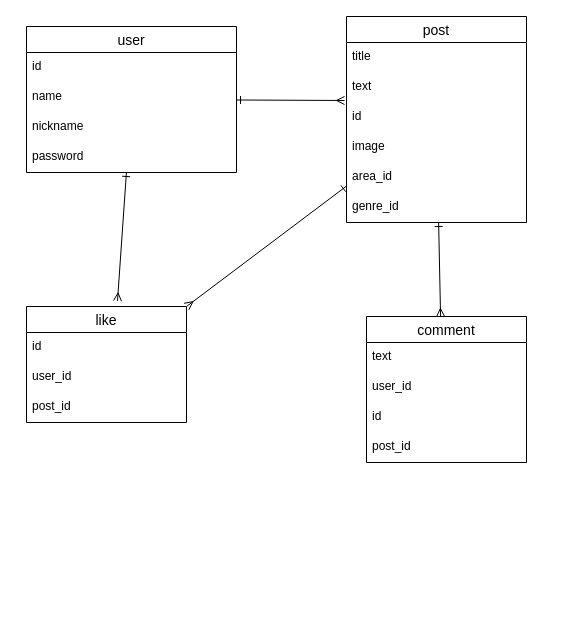
Earlier version of the draw.io diagram config/text.dio (Aya0601/travel_app). Source tidied: cells renumbered, new cells numbered last; positions are measured from the earlier drawing's top-left corner, leaving out a move shared by most shapes. Both pictures are drawn from the tidied source at 100%, with x=0, y=0 at pixel (26, 16).
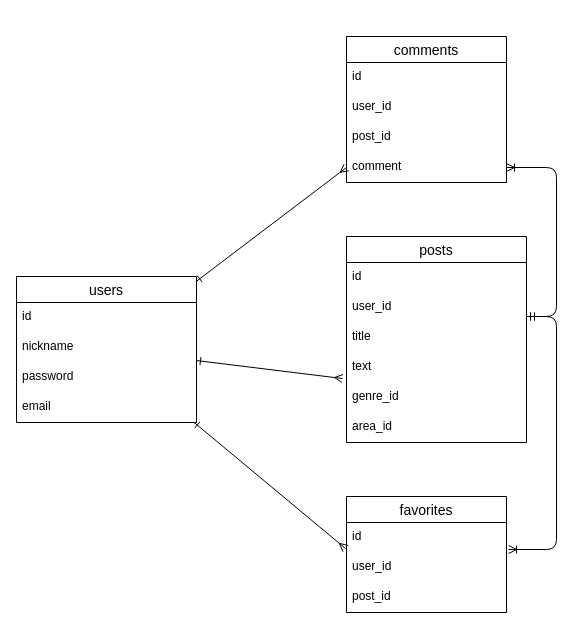
After the change.

The change refers to these unchanged cells:
```xml
<mxCell id="25" value="user_id" style="text;strokeColor=none;fillColor=none;spacingLeft=4;spacingRight=4;overflow=hidden;points=[[0,0.5],[1,0.5]];portConstraint=eastwest;fontSize=12;" parent="23" vertex="1">
  <mxGeometry y="56" width="160" height="30" as="geometry" />
</mxCell>
```

Change to the diagram source:
```diff
@@
+    <mxCell id="27" style="edgeStyle=none;html=1;entryX=-0.006;entryY=-0.133;entryDx=0;entryDy=0;entryPerimeter=0;startArrow=ERone;startFill=0;endArrow=ERmany;endFill=0;" parent="1" edge="1" source="4" target="25">
+      <mxGeometry relative="1" as="geometry" />
+    </mxCell>
+    <mxCell id="28" style="edgeStyle=none;html=1;entryX=0;entryY=0.5;entryDx=0;entryDy=0;startArrow=ERone;startFill=0;endArrow=ERmany;endFill=0;" parent="1" edge="1" source="4" target="19">
+      <mxGeometry relative="1" as="geometry" />
+    </mxCell>
-    <mxCell id="2" style="edgeStyle=none;html=1;entryX=-0.011;entryY=0.933;entryDx=0;entryDy=0;entryPerimeter=0;startArrow=ERone;startFill=0;endArrow=ERmany;endFill=0;" parent="1" edge="1" source="4" target="12">
+    <mxCell id="2" style="edgeStyle=none;html=1;entryX=-0.022;entryY=0.867;entryDx=0;entryDy=0;entryPerimeter=0;startArrow=ERone;startFill=0;endArrow=ERmany;endFill=0;" parent="1" edge="1" source="4" target="12">
       <mxGeometry relative="1" as="geometry" />
     </mxCell>
-    <mxCell id="3" style="edgeStyle=none;html=1;entryX=0.655;entryY=-0.047;entryDx=0;entryDy=0;entryPerimeter=0;startArrow=ERone;startFill=0;endArrow=ERmany;endFill=0;" parent="1" edge="1" source="4">
-      <mxGeometry relative="1" as="geometry">
-        <mxPoint x="91" y="284.4" as="targetPoint" />
-      </mxGeometry>
-    </mxCell>
-    <mxCell id="4" value="user" style="swimlane;fontStyle=0;horizontal=1;startSize=26;align=center;fontSize=14;" parent="1" vertex="1">
-      <mxGeometry y="10" width="210" height="146" as="geometry" />
+    <mxCell id="4" value="users" style="swimlane;fontStyle=0;horizontal=1;startSize=26;align=center;fontSize=14;" parent="1" vertex="1">
+      <mxGeometry x="-10" y="260" width="180" height="146" as="geometry" />
     </mxCell>
     <mxCell id="5" value="id" style="text;strokeColor=none;fillColor=none;spacingLeft=4;spacingRight=4;overflow=hidden;fontSize=12;" parent="4" vertex="1">
-      <mxGeometry y="26" width="210" height="30" as="geometry" />
+      <mxGeometry y="26" width="180" height="30" as="geometry" />
     </mxCell>
-    <mxCell id="6" value="name" style="text;strokeColor=none;fillColor=none;spacingLeft=4;spacingRight=4;overflow=hidden;fontSize=12;" parent="4" vertex="1">
-      <mxGeometry y="56" width="210" height="30" as="geometry" />
-    </mxCell>
     <mxCell id="7" value="nickname&#10;&#10;" style="text;strokeColor=none;fillColor=none;spacingLeft=4;spacingRight=4;overflow=hidden;fontSize=12;" parent="4" vertex="1">
-      <mxGeometry y="86" width="210" height="30" as="geometry" />
+      <mxGeometry y="56" width="180" height="30" as="geometry" />
     </mxCell>
     <mxCell id="8" value="password" style="text;strokeColor=none;fillColor=none;spacingLeft=4;spacingRight=4;overflow=hidden;fontSize=12;" parent="4" vertex="1">
-      <mxGeometry y="116" width="210" height="30" as="geometry" />
+      <mxGeometry y="86" width="180" height="30" as="geometry" />
     </mxCell>
-    <mxCell id="9" style="edgeStyle=none;html=1;entryX=0.463;entryY=0;entryDx=0;entryDy=0;entryPerimeter=0;startArrow=ERone;startFill=0;endArrow=ERmany;endFill=0;" parent="1" edge="1" source="10" target="18">
-      <mxGeometry relative="1" as="geometry" />
-    </mxCell>
+    <mxCell id="29" value="email&#10;" style="text;strokeColor=none;fillColor=none;spacingLeft=4;spacingRight=4;overflow=hidden;fontSize=12;" parent="4" vertex="1">
+      <mxGeometry y="116" width="180" height="30" as="geometry" />
+    </mxCell>
-    <mxCell id="10" value="post" style="swimlane;fontStyle=0;horizontal=1;startSize=26;align=center;fontSize=14;" parent="1" vertex="1">
-      <mxGeometry x="320" width="180" height="206" as="geometry" />
+    <mxCell id="10" value="posts" style="swimlane;fontStyle=0;horizontal=1;startSize=26;align=center;fontSize=14;" parent="1" vertex="1">
+      <mxGeometry x="320" y="220" width="180" height="206" as="geometry" />
     </mxCell>
+    <mxCell id="13" value="id" style="text;strokeColor=none;fillColor=none;spacingLeft=4;spacingRight=4;overflow=hidden;fontSize=12;" parent="10" vertex="1">
+      <mxGeometry y="26" width="180" height="30" as="geometry" />
+    </mxCell>
+    <mxCell id="30" value="user_id" style="text;strokeColor=none;fillColor=none;spacingLeft=4;spacingRight=4;overflow=hidden;fontSize=12;" parent="10" vertex="1">
+      <mxGeometry y="56" width="180" height="30" as="geometry" />
+    </mxCell>
     <mxCell id="11" value="title" style="text;strokeColor=none;fillColor=none;spacingLeft=4;spacingRight=4;overflow=hidden;fontSize=12;" parent="10" vertex="1">
-      <mxGeometry y="26" width="180" height="30" as="geometry" />
+      <mxGeometry y="86" width="180" height="30" as="geometry" />
     </mxCell>
     <mxCell id="12" value="text" style="text;strokeColor=none;fillColor=none;spacingLeft=4;spacingRight=4;overflow=hidden;points=[[0,0.5],[1,0.5]];portConstraint=eastwest;fontSize=12;" parent="10" vertex="1">
-      <mxGeometry y="56" width="180" height="30" as="geometry" />
+      <mxGeometry y="116" width="180" height="30" as="geometry" />
     </mxCell>
-    <mxCell id="13" value="id" style="text;strokeColor=none;fillColor=none;spacingLeft=4;spacingRight=4;overflow=hidden;fontSize=12;" parent="10" vertex="1">
-      <mxGeometry y="86" width="180" height="30" as="geometry" />
-    </mxCell>
-    <mxCell id="14" value="image" style="text;strokeColor=none;fillColor=none;spacingLeft=4;spacingRight=4;overflow=hidden;fontSize=12;" parent="10" vertex="1">
-      <mxGeometry y="116" width="180" height="30" as="geometry" />
-    </mxCell>
+    <mxCell id="16" value="genre_id" style="text;strokeColor=none;fillColor=none;spacingLeft=4;spacingRight=4;overflow=hidden;fontSize=12;" parent="10" vertex="1">
+      <mxGeometry y="146" width="180" height="30" as="geometry" />
+    </mxCell>
     <mxCell id="15" value="area_id" style="text;strokeColor=none;fillColor=none;spacingLeft=4;spacingRight=4;overflow=hidden;fontSize=12;" parent="10" vertex="1">
-      <mxGeometry y="146" width="180" height="30" as="geometry" />
+      <mxGeometry y="176" width="180" height="30" as="geometry" />
     </mxCell>
-    <mxCell id="16" value="genre_id" style="text;strokeColor=none;fillColor=none;spacingLeft=4;spacingRight=4;overflow=hidden;fontSize=12;" parent="10" vertex="1">
-      <mxGeometry y="176" width="180" height="30" as="geometry" />
-    </mxCell>
-    <mxCell id="17" style="edgeStyle=none;html=1;entryX=0;entryY=0.889;entryDx=0;entryDy=0;entryPerimeter=0;startArrow=ERmany;startFill=0;endArrow=ERone;endFill=0;exitX=1;exitY=0;exitDx=0;exitDy=0;" parent="1" edge="1" source="23">
-      <mxGeometry relative="1" as="geometry">
-        <mxPoint x="320" y="169.6" as="targetPoint" />
-      </mxGeometry>
-    </mxCell>
-    <mxCell id="18" value="comment" style="swimlane;fontStyle=0;horizontal=1;startSize=26;align=center;fontSize=14;" parent="1" vertex="1">
-      <mxGeometry x="340" y="300" width="160" height="146" as="geometry" />
+    <mxCell id="18" value="comments" style="swimlane;fontStyle=0;horizontal=1;startSize=26;align=center;fontSize=14;" parent="1" vertex="1">
+      <mxGeometry x="320" y="20" width="160" height="146" as="geometry" />
     </mxCell>
+    <mxCell id="21" value="id" style="text;strokeColor=none;fillColor=none;spacingLeft=4;spacingRight=4;overflow=hidden;fontSize=12;" parent="18" vertex="1">
+      <mxGeometry y="26" width="160" height="30" as="geometry" />
+    </mxCell>
+    <mxCell id="20" value="user_id" style="text;strokeColor=none;fillColor=none;spacingLeft=4;spacingRight=4;overflow=hidden;fontSize=12;" parent="18" vertex="1">
+      <mxGeometry y="56" width="160" height="30" as="geometry" />
+    </mxCell>
+    <mxCell id="22" value="post_id" style="text;strokeColor=none;fillColor=none;spacingLeft=4;spacingRight=4;overflow=hidden;fontSize=12;" parent="18" vertex="1">
+      <mxGeometry y="86" width="160" height="30" as="geometry" />
+    </mxCell>
-    <mxCell id="19" value="text" style="text;strokeColor=none;fillColor=none;spacingLeft=4;spacingRight=4;overflow=hidden;points=[[0,0.5],[1,0.5]];portConstraint=eastwest;fontSize=12;" parent="18" vertex="1">
-      <mxGeometry y="26" width="160" height="30" as="geometry" />
+    <mxCell id="19" value="comment" style="text;strokeColor=none;fillColor=none;spacingLeft=4;spacingRight=4;overflow=hidden;points=[[0,0.5],[1,0.5]];portConstraint=eastwest;fontSize=12;" parent="18" vertex="1">
+      <mxGeometry y="116" width="160" height="30" as="geometry" />
     </mxCell>
-    <mxCell id="20" value="user_id" style="text;strokeColor=none;fillColor=none;spacingLeft=4;spacingRight=4;overflow=hidden;fontSize=12;" parent="18" vertex="1">
-      <mxGeometry y="56" width="160" height="30" as="geometry" />
-    </mxCell>
-    <mxCell id="21" value="id" style="text;strokeColor=none;fillColor=none;spacingLeft=4;spacingRight=4;overflow=hidden;fontSize=12;" parent="18" vertex="1">
-      <mxGeometry y="86" width="160" height="30" as="geometry" />
-    </mxCell>
-    <mxCell id="22" value="post_id" style="text;strokeColor=none;fillColor=none;spacingLeft=4;spacingRight=4;overflow=hidden;fontSize=12;" parent="18" vertex="1">
-      <mxGeometry y="116" width="160" height="30" as="geometry" />
-    </mxCell>
-    <mxCell id="23" value="like" style="swimlane;fontStyle=0;horizontal=1;startSize=26;align=center;fontSize=14;" parent="1" vertex="1">
-      <mxGeometry y="290" width="160" height="116" as="geometry" />
+    <mxCell id="23" value="favorites" style="swimlane;fontStyle=0;horizontal=1;startSize=26;align=center;fontSize=14;" parent="1" vertex="1">
+      <mxGeometry x="320" y="480" width="160" height="116" as="geometry" />
     </mxCell>
@@
+    <mxCell id="31" style="edgeStyle=entityRelationEdgeStyle;fontSize=12;html=1;endArrow=ERoneToMany;startArrow=ERmandOne;entryX=1;entryY=0.5;entryDx=0;entryDy=0;" parent="1" edge="1" target="19">
+      <mxGeometry relative="1" as="geometry">
+        <mxPoint x="500" y="300" as="sourcePoint" />
+      </mxGeometry>
+    </mxCell>
+    <mxCell id="32" style="edgeStyle=entityRelationEdgeStyle;fontSize=12;html=1;endArrow=ERoneToMany;startArrow=ERmandOne;entryX=1.013;entryY=-0.1;entryDx=0;entryDy=0;entryPerimeter=0;" parent="1" edge="1" target="25">
+      <mxGeometry relative="1" as="geometry">
+        <mxPoint x="500" y="300" as="sourcePoint" />
+      </mxGeometry>
+    </mxCell>
```
